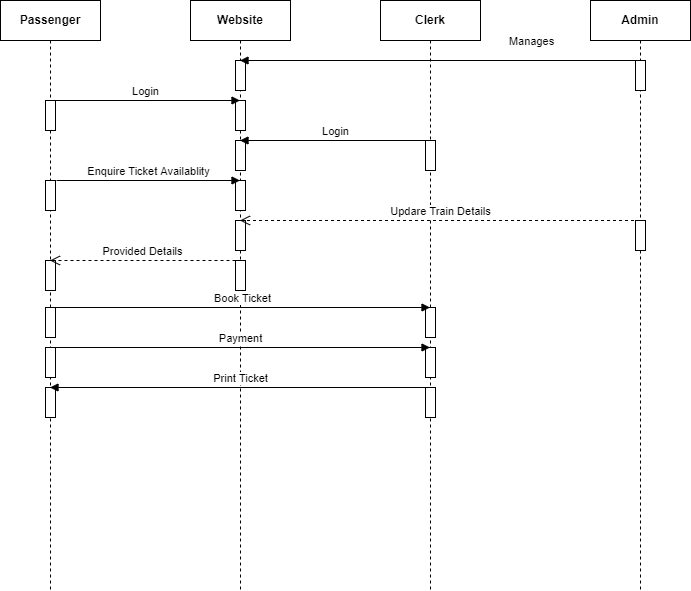
Earlier version of the draw.io export java-basics/03-12-2021/Railway Reservation System/Sequence Diagram.drawio.png (MuniswamiKokila/UST-prograd-training). Source tidied: cells renumbered, new cells last; positions are measured from the earlier drawing's top-left corner, leaving out a move shared by most shapes. Source of this version:
```xml
<mxGraphModel>
  <root>
    <mxCell id="0" />
    <mxCell id="1" parent="0" />
    <mxCell id="2" value="&lt;b&gt;Passenger&lt;/b&gt;" style="shape=umlLifeline;perimeter=lifelinePerimeter;whiteSpace=wrap;html=1;" parent="1" vertex="1">
      <mxGeometry width="100" height="590" as="geometry" />
    </mxCell>
    <mxCell id="3" style="html=1;perimeter=orthogonalPerimeter;" parent="2" vertex="1">
      <mxGeometry x="45" y="100" width="10" height="30" as="geometry" />
    </mxCell>
    <mxCell id="4" style="html=1;perimeter=orthogonalPerimeter;" parent="2" vertex="1">
      <mxGeometry x="45" y="180" width="10" height="30" as="geometry" />
    </mxCell>
    <mxCell id="5" style="html=1;perimeter=orthogonalPerimeter;" parent="2" vertex="1">
      <mxGeometry x="45" y="260" width="10" height="30" as="geometry" />
    </mxCell>
    <mxCell id="6" style="html=1;perimeter=orthogonalPerimeter;" parent="2" vertex="1">
      <mxGeometry x="45" y="307" width="10" height="30" as="geometry" />
    </mxCell>
    <mxCell id="7" style="html=1;perimeter=orthogonalPerimeter;" parent="2" vertex="1">
      <mxGeometry x="45" y="347" width="10" height="30" as="geometry" />
    </mxCell>
    <mxCell id="8" style="html=1;perimeter=orthogonalPerimeter;" parent="2" vertex="1">
      <mxGeometry x="45" y="387" width="10" height="30" as="geometry" />
    </mxCell>
    <mxCell id="9" value="&lt;b&gt;Website&lt;/b&gt;" style="shape=umlLifeline;perimeter=lifelinePerimeter;whiteSpace=wrap;html=1;outlineConnect=0;" parent="1" vertex="1">
      <mxGeometry x="190" width="100" height="590" as="geometry" />
    </mxCell>
    <mxCell id="10" style="html=1;perimeter=orthogonalPerimeter;" parent="9" vertex="1">
      <mxGeometry x="45" y="100" width="10" height="30" as="geometry" />
    </mxCell>
    <mxCell id="11" style="html=1;perimeter=orthogonalPerimeter;" parent="9" vertex="1">
      <mxGeometry x="45" y="60" width="10" height="30" as="geometry" />
    </mxCell>
    <mxCell id="12" style="html=1;perimeter=orthogonalPerimeter;" parent="9" vertex="1">
      <mxGeometry x="45" y="140" width="10" height="30" as="geometry" />
    </mxCell>
    <mxCell id="13" style="html=1;perimeter=orthogonalPerimeter;" parent="9" vertex="1">
      <mxGeometry x="45" y="180" width="10" height="30" as="geometry" />
    </mxCell>
    <mxCell id="14" style="html=1;perimeter=orthogonalPerimeter;" parent="9" vertex="1">
      <mxGeometry x="45" y="260" width="10" height="30" as="geometry" />
    </mxCell>
    <mxCell id="15" value="Provided Details" style="html=1;verticalAlign=bottom;endArrow=open;dashed=1;endSize=8;rounded=0;" parent="9" edge="1">
      <mxGeometry relative="1" as="geometry">
        <mxPoint x="45" y="260" as="sourcePoint" />
        <mxPoint x="-140.5" y="260" as="targetPoint" />
      </mxGeometry>
    </mxCell>
    <mxCell id="16" style="html=1;perimeter=orthogonalPerimeter;" parent="9" vertex="1">
      <mxGeometry x="45" y="220" width="10" height="30" as="geometry" />
    </mxCell>
    <mxCell id="17" value="&lt;b&gt;Clerk&lt;/b&gt;" style="shape=umlLifeline;perimeter=lifelinePerimeter;whiteSpace=wrap;html=1;" parent="1" vertex="1">
      <mxGeometry x="380" width="100" height="590" as="geometry" />
    </mxCell>
    <mxCell id="18" style="html=1;perimeter=orthogonalPerimeter;" parent="17" vertex="1">
      <mxGeometry x="45" y="140" width="10" height="30" as="geometry" />
    </mxCell>
    <mxCell id="19" style="html=1;perimeter=orthogonalPerimeter;" parent="17" vertex="1">
      <mxGeometry x="45" y="307" width="10" height="30" as="geometry" />
    </mxCell>
    <mxCell id="20" style="html=1;perimeter=orthogonalPerimeter;" parent="17" vertex="1">
      <mxGeometry x="45" y="387" width="10" height="30" as="geometry" />
    </mxCell>
    <mxCell id="21" style="html=1;perimeter=orthogonalPerimeter;" parent="17" vertex="1">
      <mxGeometry x="45" y="347" width="10" height="30" as="geometry" />
    </mxCell>
    <mxCell id="22" value="&lt;b&gt;Admin&lt;/b&gt;" style="shape=umlLifeline;perimeter=lifelinePerimeter;whiteSpace=wrap;html=1;" parent="1" vertex="1">
      <mxGeometry x="590" width="100" height="590" as="geometry" />
    </mxCell>
    <mxCell id="23" style="html=1;perimeter=orthogonalPerimeter;" parent="22" vertex="1">
      <mxGeometry x="45" y="60" width="10" height="30" as="geometry" />
    </mxCell>
    <mxCell id="24" style="html=1;perimeter=orthogonalPerimeter;" parent="22" vertex="1">
      <mxGeometry x="45" y="220" width="10" height="30" as="geometry" />
    </mxCell>
    <mxCell id="25" value="Login" style="html=1;verticalAlign=bottom;endArrow=block;rounded=0;" parent="1" edge="1" target="9">
      <mxGeometry relative="1" as="geometry">
        <mxPoint x="50" y="100" as="sourcePoint" />
      </mxGeometry>
    </mxCell>
    <mxCell id="26" value="Login" style="html=1;verticalAlign=bottom;endArrow=block;rounded=0;" parent="1" edge="1">
      <mxGeometry relative="1" as="geometry">
        <mxPoint x="429.5" y="140" as="sourcePoint" />
        <mxPoint x="239.5" y="140" as="targetPoint" />
      </mxGeometry>
    </mxCell>
    <mxCell id="27" value="Manages" style="html=1;verticalAlign=bottom;endArrow=block;rounded=0;" parent="1" edge="1">
      <mxGeometry x="-0.45" y="-10" relative="1" as="geometry">
        <mxPoint x="639.5" y="60" as="sourcePoint" />
        <mxPoint x="239.5" y="60" as="targetPoint" />
        <mxPoint x="1" as="offset" />
      </mxGeometry>
    </mxCell>
    <mxCell id="28" value="Enquire Ticket Availablity" style="html=1;verticalAlign=bottom;endArrow=block;rounded=0;" parent="1" edge="1" target="9">
      <mxGeometry relative="1" as="geometry">
        <mxPoint x="56" y="180" as="sourcePoint" />
      </mxGeometry>
    </mxCell>
    <mxCell id="29" value="Book Ticket" style="html=1;verticalAlign=bottom;endArrow=block;rounded=0;" parent="1" edge="1">
      <mxGeometry relative="1" as="geometry">
        <mxPoint x="54" y="307" as="sourcePoint" />
        <mxPoint x="429.5" y="307" as="targetPoint" />
      </mxGeometry>
    </mxCell>
    <mxCell id="30" value="Updare Train Details" style="html=1;verticalAlign=bottom;endArrow=open;dashed=1;endSize=8;rounded=0;" parent="1" edge="1">
      <mxGeometry relative="1" as="geometry">
        <mxPoint x="639.5" y="220" as="sourcePoint" />
        <mxPoint x="239.5" y="220" as="targetPoint" />
      </mxGeometry>
    </mxCell>
    <mxCell id="31" value="Print Ticket" style="html=1;verticalAlign=bottom;endArrow=block;rounded=0;" parent="1" edge="1">
      <mxGeometry relative="1" as="geometry">
        <mxPoint x="429.5" y="387" as="sourcePoint" />
        <mxPoint x="49.5" y="387" as="targetPoint" />
      </mxGeometry>
    </mxCell>
    <mxCell id="32" value="Payment" style="html=1;verticalAlign=bottom;endArrow=block;rounded=0;" parent="1" edge="1">
      <mxGeometry relative="1" as="geometry">
        <mxPoint x="49.5" y="347" as="sourcePoint" />
        <mxPoint x="429.5" y="347" as="targetPoint" />
      </mxGeometry>
    </mxCell>
  </root>
</mxGraphModel>
```
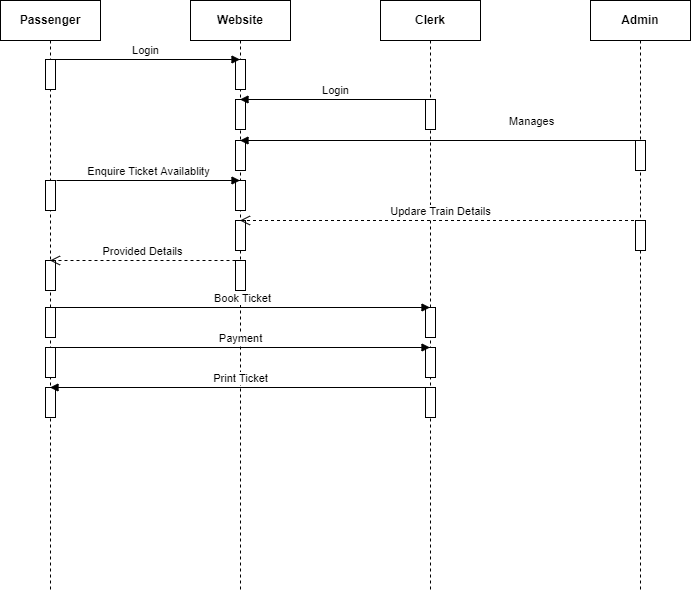
The same file after the commit.

Change to the diagram source:
```diff
@@ -6,7 +6,7 @@
       <mxGeometry width="100" height="590" as="geometry" />
     </mxCell>
     <mxCell id="3" style="html=1;perimeter=orthogonalPerimeter;" parent="2" vertex="1">
-      <mxGeometry x="45" y="100" width="10" height="30" as="geometry" />
+      <mxGeometry x="45" y="59" width="10" height="30" as="geometry" />
     </mxCell>
     <mxCell id="4" style="html=1;perimeter=orthogonalPerimeter;" parent="2" vertex="1">
       <mxGeometry x="45" y="180" width="10" height="30" as="geometry" />
@@ -27,13 +27,10 @@
       <mxGeometry x="190" width="100" height="590" as="geometry" />
     </mxCell>
     <mxCell id="10" style="html=1;perimeter=orthogonalPerimeter;" parent="9" vertex="1">
-      <mxGeometry x="45" y="100" width="10" height="30" as="geometry" />
+      <mxGeometry x="45" y="59" width="10" height="30" as="geometry" />
     </mxCell>
-    <mxCell id="11" style="html=1;perimeter=orthogonalPerimeter;" parent="9" vertex="1">
-      <mxGeometry x="45" y="60" width="10" height="30" as="geometry" />
-    </mxCell>
     <mxCell id="12" style="html=1;perimeter=orthogonalPerimeter;" parent="9" vertex="1">
-      <mxGeometry x="45" y="140" width="10" height="30" as="geometry" />
+      <mxGeometry x="45" y="99" width="10" height="30" as="geometry" />
     </mxCell>
     <mxCell id="13" style="html=1;perimeter=orthogonalPerimeter;" parent="9" vertex="1">
       <mxGeometry x="45" y="180" width="10" height="30" as="geometry" />
@@ -54,7 +51,7 @@
       <mxGeometry x="380" width="100" height="590" as="geometry" />
     </mxCell>
     <mxCell id="18" style="html=1;perimeter=orthogonalPerimeter;" parent="17" vertex="1">
-      <mxGeometry x="45" y="140" width="10" height="30" as="geometry" />
+      <mxGeometry x="45" y="99" width="10" height="30" as="geometry" />
     </mxCell>
     <mxCell id="19" style="html=1;perimeter=orthogonalPerimeter;" parent="17" vertex="1">
       <mxGeometry x="45" y="307" width="10" height="30" as="geometry" />
@@ -68,30 +65,21 @@
     <mxCell id="22" value="&lt;b&gt;Admin&lt;/b&gt;" style="shape=umlLifeline;perimeter=lifelinePerimeter;whiteSpace=wrap;html=1;" parent="1" vertex="1">
       <mxGeometry x="590" width="100" height="590" as="geometry" />
     </mxCell>
-    <mxCell id="23" style="html=1;perimeter=orthogonalPerimeter;" parent="22" vertex="1">
-      <mxGeometry x="45" y="60" width="10" height="30" as="geometry" />
-    </mxCell>
     <mxCell id="24" style="html=1;perimeter=orthogonalPerimeter;" parent="22" vertex="1">
       <mxGeometry x="45" y="220" width="10" height="30" as="geometry" />
     </mxCell>
-    <mxCell id="25" value="Login" style="html=1;verticalAlign=bottom;endArrow=block;rounded=0;" parent="1" edge="1" target="9">
+    <mxCell id="25" value="Login" style="html=1;verticalAlign=bottom;endArrow=block;rounded=0;" parent="1" edge="1">
       <mxGeometry relative="1" as="geometry">
-        <mxPoint x="50" y="100" as="sourcePoint" />
+        <mxPoint x="50" y="59" as="sourcePoint" />
+        <mxPoint x="239.5" y="59" as="targetPoint" />
       </mxGeometry>
     </mxCell>
     <mxCell id="26" value="Login" style="html=1;verticalAlign=bottom;endArrow=block;rounded=0;" parent="1" edge="1">
       <mxGeometry relative="1" as="geometry">
-        <mxPoint x="429.5" y="140" as="sourcePoint" />
-        <mxPoint x="239.5" y="140" as="targetPoint" />
+        <mxPoint x="429.5" y="99" as="sourcePoint" />
+        <mxPoint x="239.5" y="99" as="targetPoint" />
       </mxGeometry>
     </mxCell>
-    <mxCell id="27" value="Manages" style="html=1;verticalAlign=bottom;endArrow=block;rounded=0;" parent="1" edge="1">
-      <mxGeometry x="-0.45" y="-10" relative="1" as="geometry">
-        <mxPoint x="639.5" y="60" as="sourcePoint" />
-        <mxPoint x="239.5" y="60" as="targetPoint" />
-        <mxPoint x="1" as="offset" />
-      </mxGeometry>
-    </mxCell>
     <mxCell id="28" value="Enquire Ticket Availablity" style="html=1;verticalAlign=bottom;endArrow=block;rounded=0;" parent="1" edge="1" target="9">
       <mxGeometry relative="1" as="geometry">
         <mxPoint x="56" y="180" as="sourcePoint" />
@@ -121,5 +109,18 @@
         <mxPoint x="429.5" y="347" as="targetPoint" />
       </mxGeometry>
     </mxCell>
+    <mxCell id="33" style="html=1;perimeter=orthogonalPerimeter;" parent="1" vertex="1">
+      <mxGeometry x="235" y="140" width="10" height="30" as="geometry" />
+    </mxCell>
+    <mxCell id="34" style="html=1;perimeter=orthogonalPerimeter;" parent="1" vertex="1">
+      <mxGeometry x="635" y="140" width="10" height="30" as="geometry" />
+    </mxCell>
+    <mxCell id="27" value="Manages" style="html=1;verticalAlign=bottom;endArrow=block;rounded=0;" parent="1" edge="1">
+      <mxGeometry x="-0.45" y="-10" relative="1" as="geometry">
+        <mxPoint x="639.5" y="140" as="sourcePoint" />
+        <mxPoint x="239.5" y="140" as="targetPoint" />
+        <mxPoint x="1" as="offset" />
+      </mxGeometry>
+    </mxCell>
   </root>
 </mxGraphModel>
```
